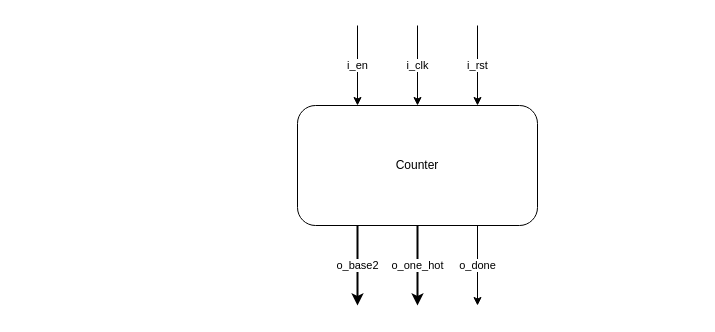
imDema/progetto_reti_logiche keeps this draw.io diagram as page "components" (1 of 5) of schema.drawio. Above is the earlier version. Source tidied: cells renumbered, new cells numbered last; positions are measured from the earlier drawing's top-left corner, leaving out a move shared by most shapes. Both pictures are drawn from the tidied source at 100%, with x=0, y=0 at pixel (297, 25).
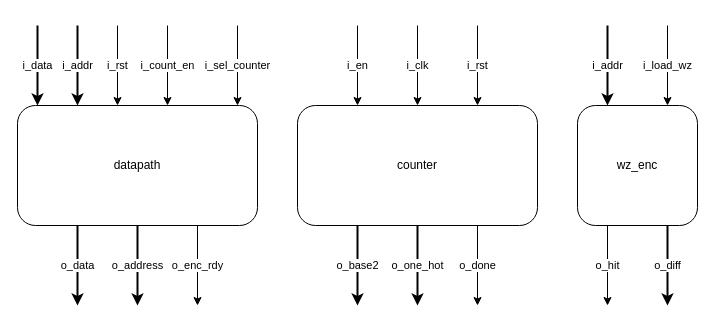
Above is the later version.

Diff of the diagram source:
```diff
@@
-    <mxCell id="3" value="Counter" style="rounded=1;whiteSpace=wrap;html=1;" parent="1" vertex="1">
+    <mxCell id="3" value="counter" style="rounded=1;whiteSpace=wrap;html=1;" parent="1" vertex="1">
       <mxGeometry y="80" width="240" height="120" as="geometry" />
     </mxCell>
@@
+    <mxCell id="9" value="o_hit" style="edgeStyle=elbowEdgeStyle;rounded=0;jettySize=auto;elbow=vertical;html=1;exitX=0.25;exitY=1;exitDx=0;exitDy=0;" parent="1" edge="1" source="11">
+      <mxGeometry relative="1" as="geometry">
+        <mxPoint x="310" y="280" as="targetPoint" />
+      </mxGeometry>
+    </mxCell>
+    <mxCell id="10" value="o_diff" style="edgeStyle=elbowEdgeStyle;rounded=0;jettySize=auto;elbow=vertical;html=1;exitX=0.75;exitY=1;exitDx=0;exitDy=0;strokeWidth=2;" parent="1" edge="1" source="11">
+      <mxGeometry relative="1" as="geometry">
+        <mxPoint x="370" y="280" as="targetPoint" />
+      </mxGeometry>
+    </mxCell>
+    <mxCell id="11" value="wz_enc" style="rounded=1;whiteSpace=wrap;html=1;" parent="1" vertex="1">
+      <mxGeometry x="280" y="80" width="120" height="120" as="geometry" />
+    </mxCell>
+    <mxCell id="12" value="i_addr" style="endArrow=classic;html=1;entryX=0.25;entryY=0;entryDx=0;entryDy=0;strokeWidth=2;" parent="1" edge="1" target="11">
+      <mxGeometry relative="1" as="geometry">
+        <mxPoint x="310" as="sourcePoint" />
+      </mxGeometry>
+    </mxCell>
+    <mxCell id="13" value="i_load_wz" style="endArrow=classic;html=1;entryX=0.75;entryY=0;entryDx=0;entryDy=0;" parent="1" edge="1" target="11">
+      <mxGeometry relative="1" as="geometry">
+        <mxPoint x="370" as="sourcePoint" />
+      </mxGeometry>
+    </mxCell>
+    <mxCell id="14" value="o_data" style="edgeStyle=elbowEdgeStyle;rounded=0;jettySize=auto;elbow=vertical;html=1;exitX=0.25;exitY=1;exitDx=0;exitDy=0;strokeWidth=2;" parent="1" edge="1" source="17">
+      <mxGeometry relative="1" as="geometry">
+        <mxPoint x="-220" y="280" as="targetPoint" />
+      </mxGeometry>
+    </mxCell>
+    <mxCell id="15" value="o_address" style="edgeStyle=elbowEdgeStyle;rounded=0;jettySize=auto;elbow=vertical;html=1;exitX=0.5;exitY=1;exitDx=0;exitDy=0;strokeWidth=2;" parent="1" edge="1" source="17">
+      <mxGeometry relative="1" as="geometry">
+        <mxPoint x="-160" y="280" as="targetPoint" />
+      </mxGeometry>
+    </mxCell>
+    <mxCell id="16" value="o_enc_rdy" style="edgeStyle=elbowEdgeStyle;rounded=0;jettySize=auto;elbow=vertical;html=1;exitX=0.75;exitY=1;exitDx=0;exitDy=0;strokeWidth=1;" parent="1" edge="1" source="17">
+      <mxGeometry relative="1" as="geometry">
+        <mxPoint x="-100" y="280" as="targetPoint" />
+      </mxGeometry>
+    </mxCell>
+    <mxCell id="17" value="datapath" style="rounded=1;whiteSpace=wrap;html=1;" parent="1" vertex="1">
+      <mxGeometry x="-280" y="80" width="240" height="120" as="geometry" />
+    </mxCell>
+    <mxCell id="18" value="i_rst" style="endArrow=classic;html=1;strokeWidth=1;" parent="1" edge="1">
+      <mxGeometry relative="1" as="geometry">
+        <mxPoint x="-180" as="sourcePoint" />
+        <mxPoint x="-180" y="80" as="targetPoint" />
+      </mxGeometry>
+    </mxCell>
+    <mxCell id="19" value="i_data" style="endArrow=classic;html=1;strokeWidth=2;entryX=0.25;entryY=0;entryDx=0;entryDy=0;" parent="1" edge="1">
+      <mxGeometry relative="1" as="geometry">
+        <mxPoint x="-260" as="sourcePoint" />
+        <mxPoint x="-260" y="80" as="targetPoint" />
+      </mxGeometry>
+    </mxCell>
+    <mxCell id="20" value="i_addr" style="endArrow=classic;html=1;strokeWidth=2;entryX=0.25;entryY=0;entryDx=0;entryDy=0;" parent="1" edge="1">
+      <mxGeometry relative="1" as="geometry">
+        <mxPoint x="-220" as="sourcePoint" />
+        <mxPoint x="-220" y="80" as="targetPoint" />
+      </mxGeometry>
+    </mxCell>
+    <mxCell id="21" value="i_count_en" style="endArrow=classic;html=1;strokeWidth=1;entryX=0.25;entryY=0;entryDx=0;entryDy=0;" parent="1" edge="1">
+      <mxGeometry relative="1" as="geometry">
+        <mxPoint x="-130" as="sourcePoint" />
+        <mxPoint x="-130" y="80" as="targetPoint" />
+      </mxGeometry>
+    </mxCell>
+    <mxCell id="22" value="i_sel_counter" style="endArrow=classic;html=1;strokeWidth=1;entryX=0.25;entryY=0;entryDx=0;entryDy=0;" parent="1" edge="1">
+      <mxGeometry relative="1" as="geometry">
+        <mxPoint x="-60" as="sourcePoint" />
+        <mxPoint x="-60" y="80" as="targetPoint" />
+      </mxGeometry>
+    </mxCell>
```
